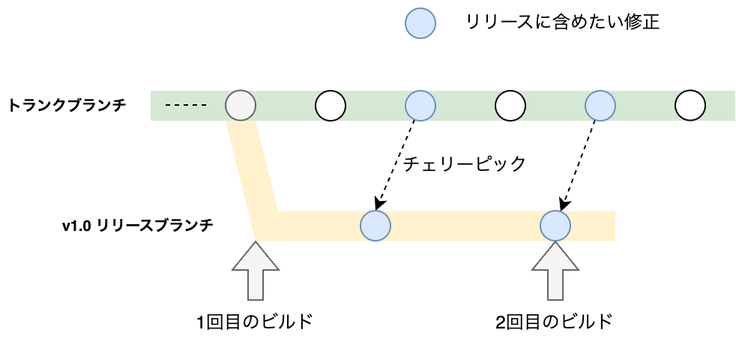
Above: images/trunk-based-development-strategy/trunk-based-regular-release_03.png in shotaIDE/zenn (draw.io), before the change. Source tidied: cells renumbered, new cells last; positions are measured from the earlier drawing's top-left corner, leaving out a move shared by most shapes.
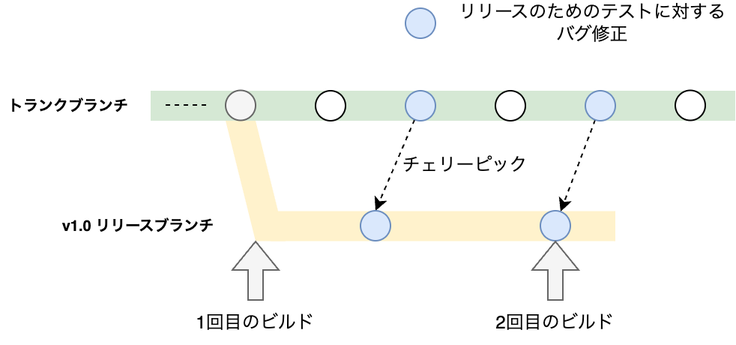
After the change.

What changed in the source:
```diff
@@ -44,8 +44,8 @@
     <mxCell id="15" style="ellipse;whiteSpace=wrap;html=1;fillColor=#dae8fc;strokeColor=#6c8ebf;" parent="1" vertex="1">
       <mxGeometry x="270" y="5" width="20" height="20" as="geometry" />
     </mxCell>
-    <mxCell id="16" value="リリースに含めたい修正" style="text;html=1;align=center;verticalAlign=middle;whiteSpace=wrap;rounded=0;" parent="1" vertex="1">
-      <mxGeometry x="300" width="150" height="30" as="geometry" />
+    <mxCell id="16" value="リリースのためのテストに対するバグ修正" style="text;html=1;align=center;verticalAlign=middle;whiteSpace=wrap;rounded=0;" parent="1" vertex="1">
+      <mxGeometry x="300" width="190" height="30" as="geometry" />
     </mxCell>
     <mxCell id="17" value="チェリーピック" style="text;html=1;align=center;verticalAlign=middle;whiteSpace=wrap;rounded=0;" parent="1" vertex="1">
       <mxGeometry x="260" y="95" width="100" height="30" as="geometry" />
```
